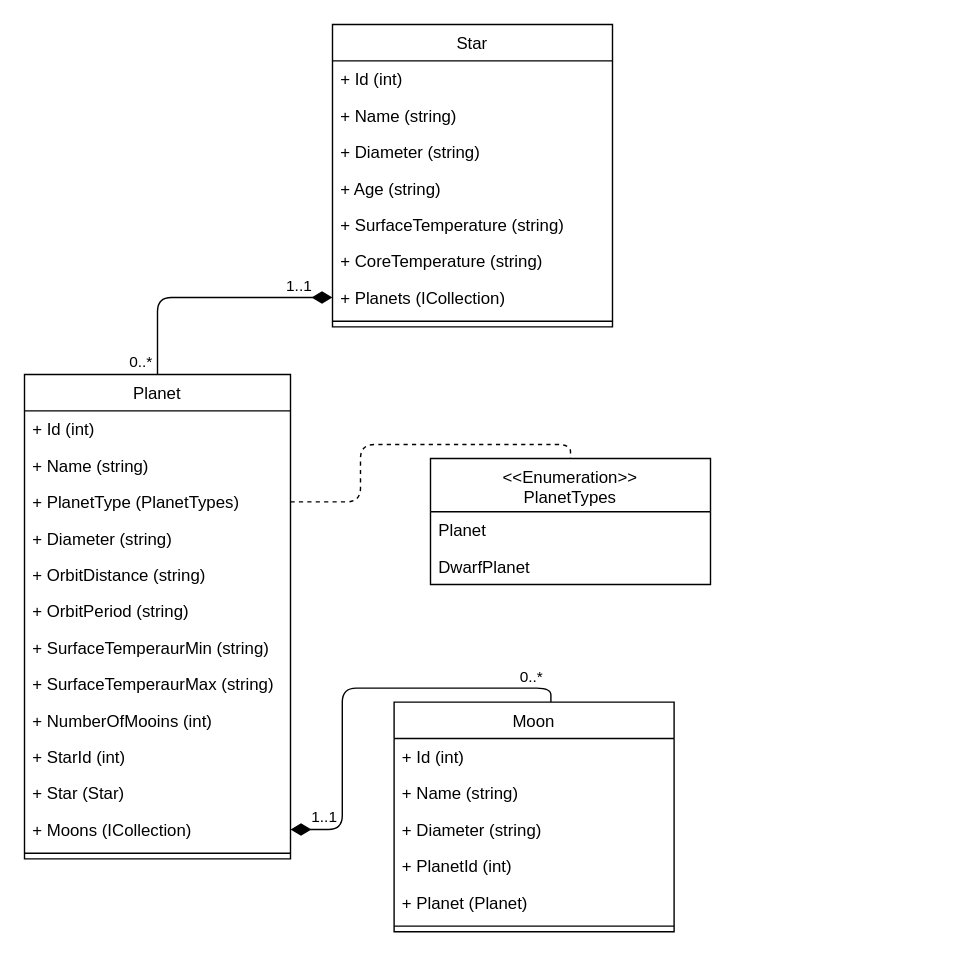
This is UML.drawio from jonathanmeibergen/SolarSystem, a draw.io file, before an edit. Source tidied: cells renumbered, new cells numbered last; positions are measured from the earlier drawing's top-left corner, leaving out a move shared by most shapes. Both pictures are drawn from the tidied source at 140%, with x=0, y=0 at pixel (24, 24).
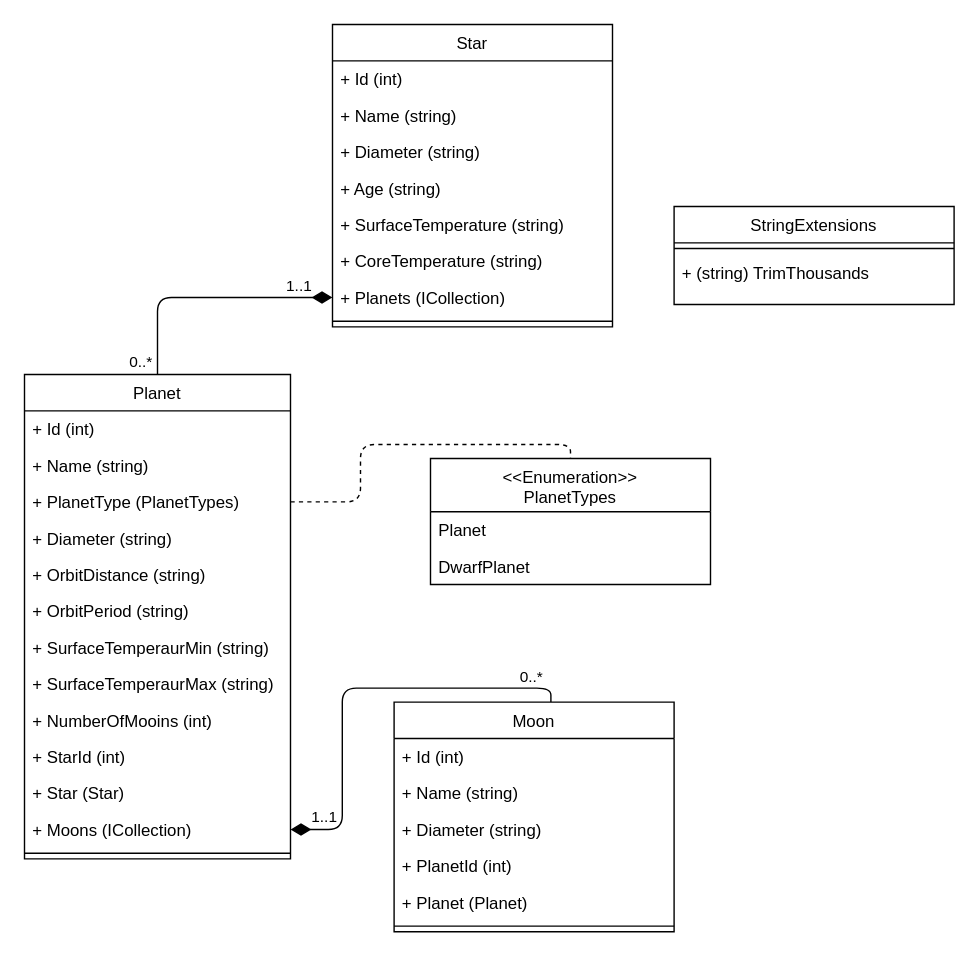
The same diagram, later.

Commit message (it also covers changes not shown here):
StringExtensions now included in uml diagram

The edit, as a diff of the source:
```diff
@@
+    <mxCell id="42" value="StringExtensions" style="swimlane;fontStyle=0;align=center;verticalAlign=top;horizontal=1;startSize=26;rounded=0;shadow=0;strokeWidth=1;" parent="1" vertex="1">
+      <mxGeometry x="464" y="130" width="200" height="70" as="geometry" />
+    </mxCell>
+    <mxCell id="43" style="line;html=1;strokeWidth=1;align=left;verticalAlign=middle;spacingTop=-1;spacingLeft=3;spacingRight=3;labelPosition=right;" parent="42" vertex="1">
+      <mxGeometry y="26" width="200" height="8" as="geometry" />
+    </mxCell>
+    <mxCell id="44" value="+ (string) TrimThousands" style="text;align=left;verticalAlign=top;spacingLeft=4;spacingRight=4;overflow=hidden;rounded=0;shadow=0;html=0;" parent="42" vertex="1">
+      <mxGeometry y="34" width="200" height="26" as="geometry" />
+    </mxCell>
```
